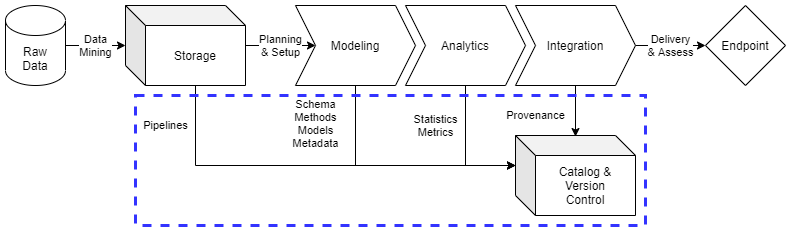
Before: docs/source/static/images/dm_overview_cataloging.png, a diagram exported from draw.io (CertusGroup/ciutshi). Source tidied: cells renumbered, new cells last; positions are measured from the earlier drawing's top-left corner, leaving out a move shared by most shapes.
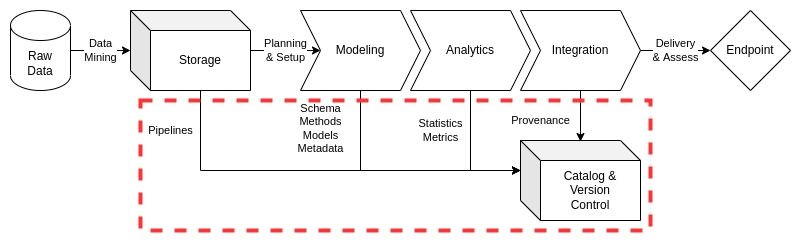
The same diagram one commit later.

Diff of the diagram source:
```diff
@@ -44,8 +44,8 @@
     <mxCell id="15" value="Catalog &amp;amp;&lt;br&gt;Version&lt;br&gt;Control" style="shape=cube;whiteSpace=wrap;html=1;boundedLbl=1;backgroundOutline=1;darkOpacity=0.05;darkOpacity2=0.1;" parent="1" vertex="1">
       <mxGeometry x="510" y="130" width="120" height="80" as="geometry" />
     </mxCell>
-    <mxCell id="16" style="rounded=0;whiteSpace=wrap;html=1;fillColor=none;dashed=1;strokeWidth=3;strokeColor=#3333FF;" parent="1" vertex="1">
-      <mxGeometry x="130" y="90" width="510" height="130" as="geometry" />
-    </mxCell>
+    <mxCell id="17" style="rounded=0;whiteSpace=wrap;html=1;dashed=1;strokeColor=#FF3333;strokeWidth=4;fillColor=none;" parent="1" vertex="1">
+      <mxGeometry x="130" y="90" width="510" height="130" as="geometry" />
+    </mxCell>
   </root>
 </mxGraphModel>
```
